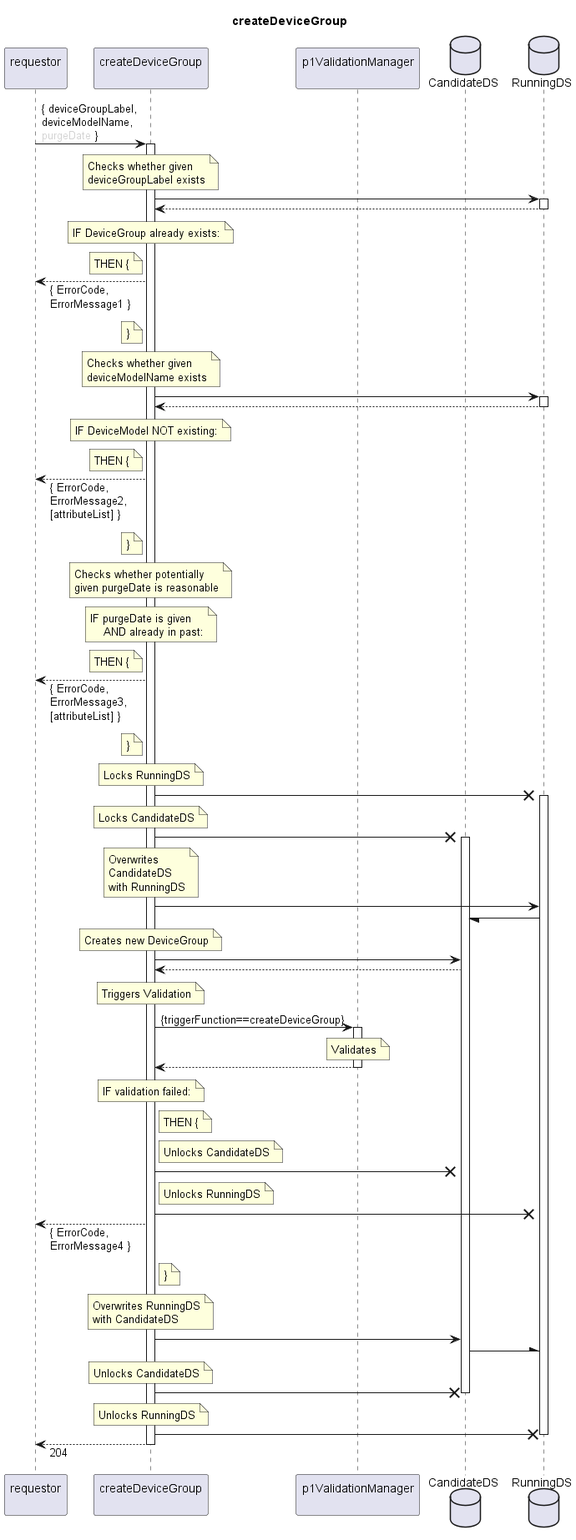
Before: spec/Services/createDeviceGroup/1.0.0/createDeviceGroup.png, a diagram exported from PlantUML (openBackhaul/FirmWareManager).
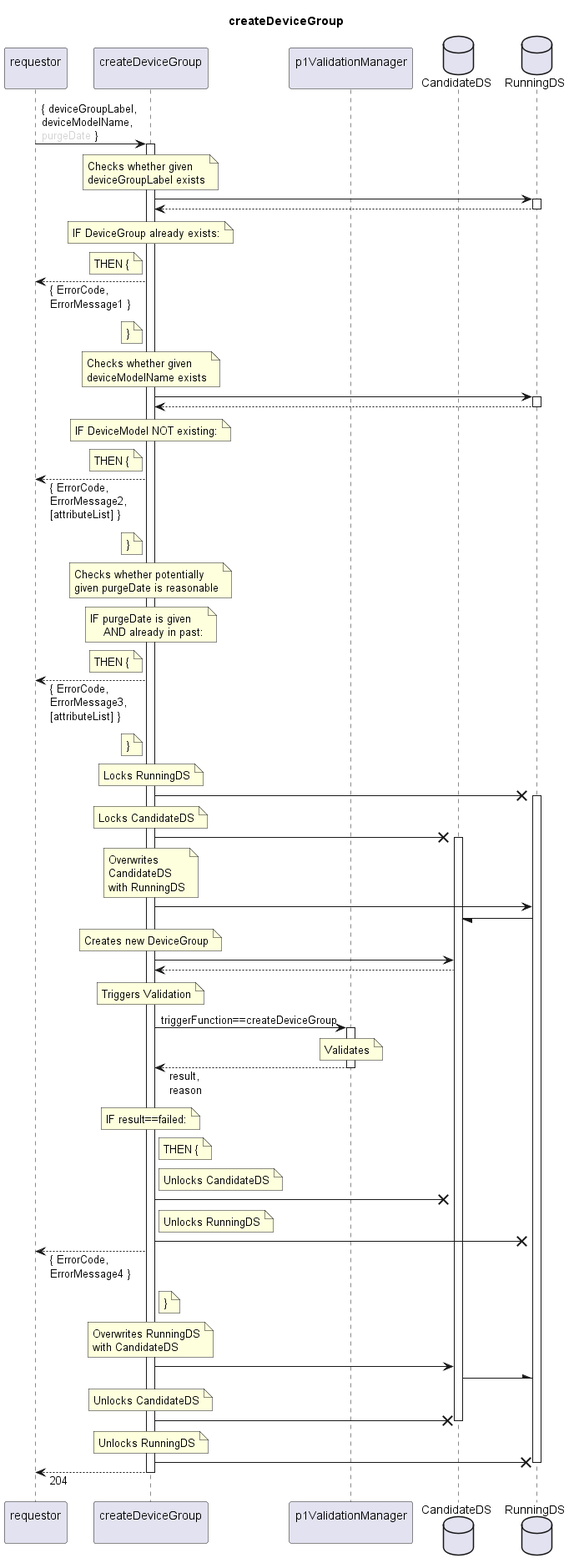
The same file after the commit.

Diff of the diagram source:
```diff
@@ -96,15 +96,15 @@
   note over indServ
     Triggers Validation
   end note
-  indServ -> valiMan: {triggerFunction==createDeviceGroup}
+  indServ -> valiMan: triggerFunction==createDeviceGroup
   activate valiMan
     note over valiMan
       Validates
     end note
-  indServ <-- valiMan
+  indServ <-- valiMan: result,\nreason
   deactivate valiMan
   note over indServ
-    IF validation failed:
+    IF result==failed:
   end note
   note right indServ
     THEN {
```
